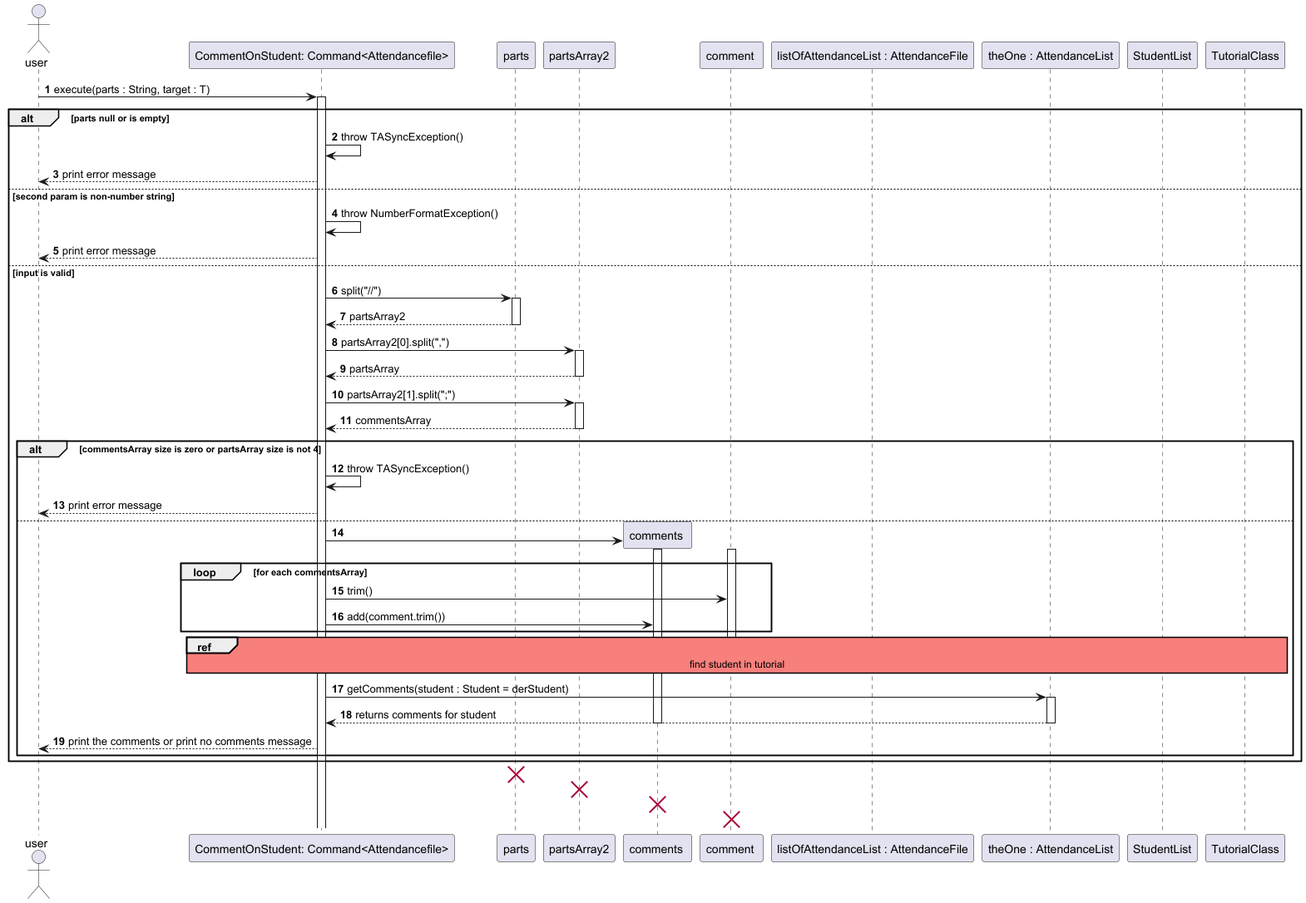
Above: docs/diagrams/attendancelistcommands/ViewStudentCommentsCommand.png in wongyihao02/tp (PlantUML), before the change.
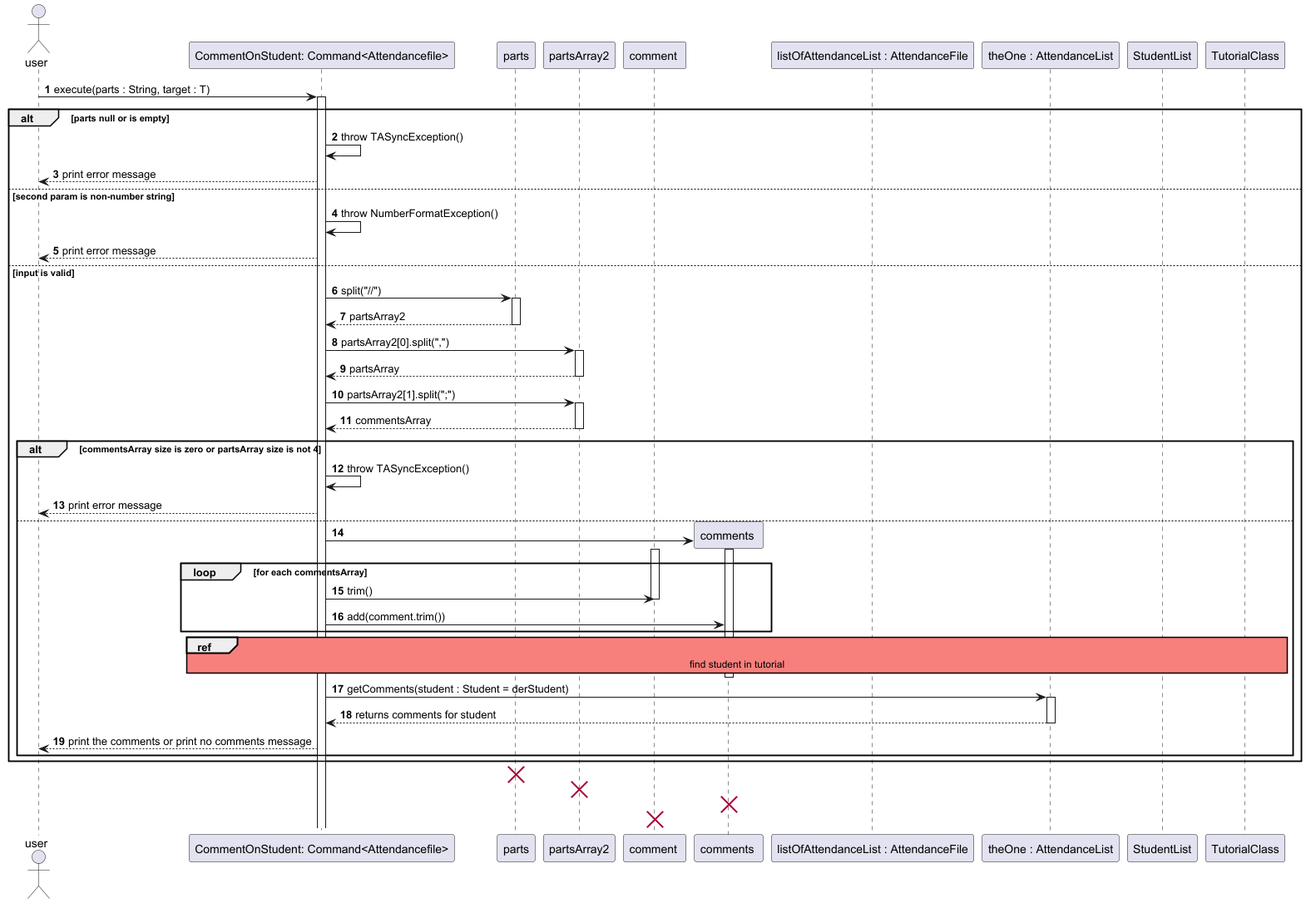
Above is the later version.

Change to the diagram source:
```diff
@@ -5,8 +5,8 @@
 participant "CommentOnStudent: Command<Attendancefile>" as command
 participant "parts" as parts
 participant "partsArray2" as partsArray
+participant "comment " as comment
 participant "comments " as comments
-participant "comment " as comment
 participant "listOfAttendanceList : AttendanceFile" as listOfAttendanceList
 participant "theOne : AttendanceList" as theOne
 participant "StudentList" as studentList
@@ -47,20 +47,22 @@
     loop for each commentsArray
     activate comment
     command -> comment : trim()
+    deactivate comment
     command -> comments : add(comment.trim())
 
     end loop
-    deactivate comment
+
 
 ref over command, listOfAttendanceList, theOne, tutorialClass, studentList
 find student in tutorial
 end ref
 
 
+    deactivate comments
     command -> theOne : getComments(student : Student = derStudent)
     activate theOne
     theOne --> command : returns comments for student
-    deactivate comments
+
     deactivate theOne
     command --> user : print the comments or print no comments message
 
```
